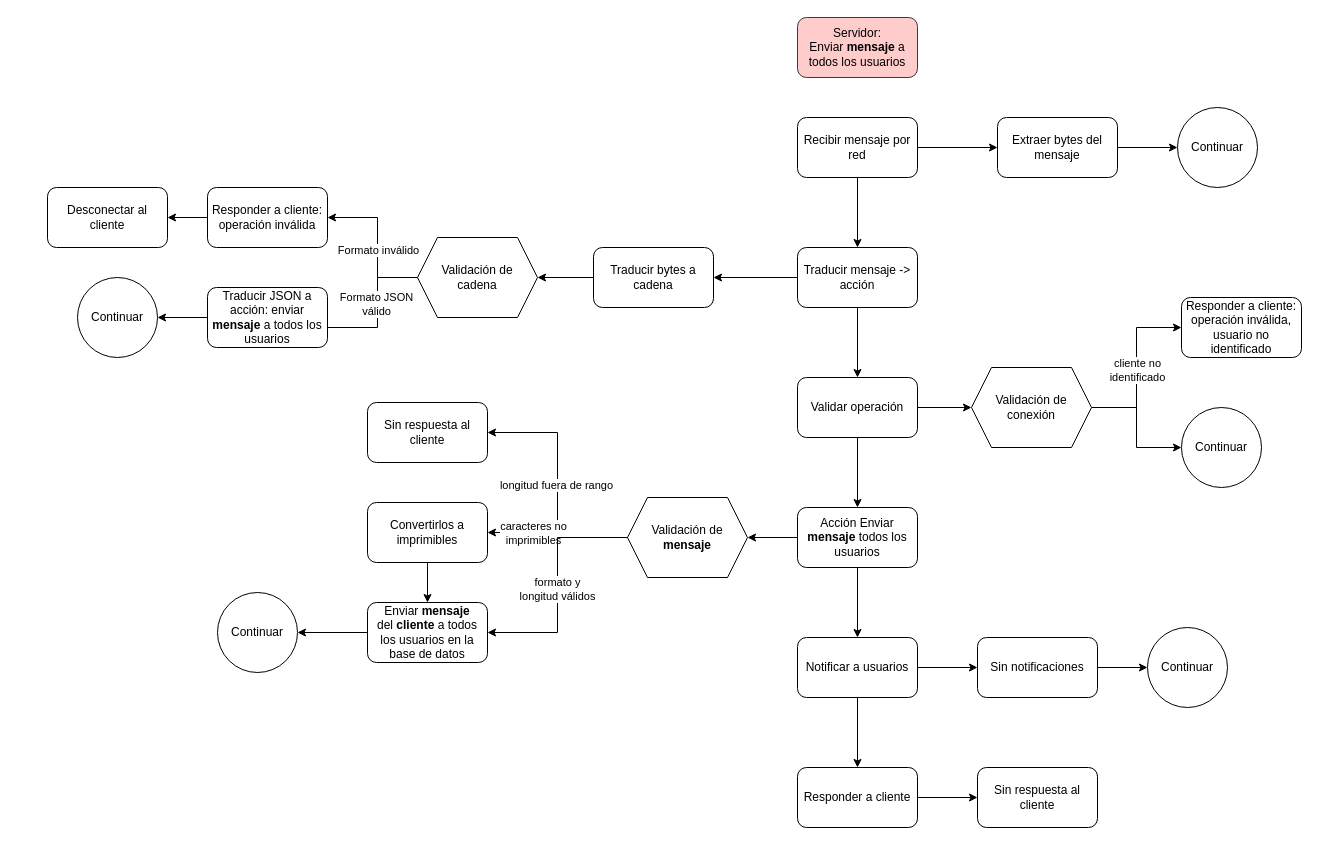
Brayiux/FC_MYP_Proyecto1 keeps this draw.io diagram as Docs/Analysis_Design/ServerFlow/sf_send_public_msg.drawio. Above is the earlier version. Source tidied: cells renumbered, new cells numbered last; positions are measured from the earlier drawing's top-left corner, leaving out a move shared by most shapes. Both pictures are drawn from the tidied source at 100%, with x=0, y=0 at pixel (47, 17).
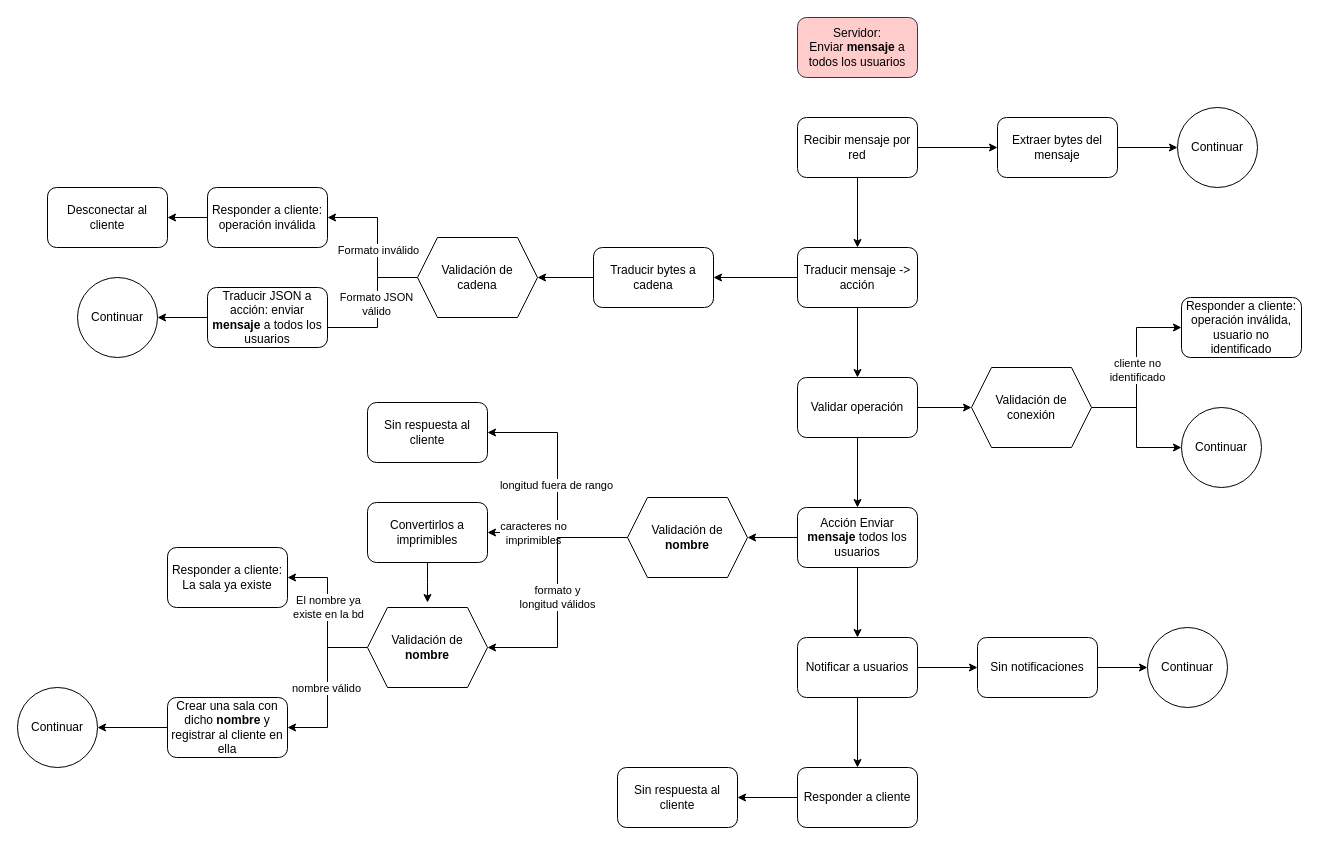
After the change.

Commit message (it also covers changes not shown here):
Añadir flujo de recibir mensaje para crear nueva sala en el server

The change refers to these unchanged cells:
```xml
<mxCell id="56" value="Convertirlos a imprimibles" style="rounded=1;whiteSpace=wrap;html=1;" parent="1" vertex="1">
  <mxGeometry x="320" y="485" width="120" height="60" as="geometry" />
</mxCell>
```

The edit, as a diff of the source:
```diff
@@
-    <mxCell id="32" style="edgeStyle=orthogonalEdgeStyle;rounded=0;jettySize=auto;html=1;entryX=1;entryY=0.5;entryDx=0;entryDy=0;" parent="1" edge="1" source="34" target="58">
+    <mxCell id="32" style="edgeStyle=orthogonalEdgeStyle;rounded=0;jettySize=auto;html=1;entryX=1;entryY=0.5;entryDx=0;entryDy=0;" parent="1" edge="1" source="34" target="65">
       <mxGeometry relative="1" as="geometry" />
     </mxCell>
@@
-    <mxCell id="34" value="Validación de&lt;div&gt;&lt;b&gt;mensaje&lt;/b&gt;&lt;/div&gt;" style="shape=hexagon;perimeter=hexagonPerimeter2;whiteSpace=wrap;html=1;fixedSize=1;" parent="1" vertex="1">
+    <mxCell id="34" value="Validación de&lt;div&gt;&lt;b&gt;nombre&lt;/b&gt;&lt;/div&gt;" style="shape=hexagon;perimeter=hexagonPerimeter2;whiteSpace=wrap;html=1;fixedSize=1;" parent="1" vertex="1">
       <mxGeometry x="580" y="480" width="120" height="80" as="geometry" />
     </mxCell>
@@
-    <mxCell id="39" value="Continuar" style="ellipse;whiteSpace=wrap;html=1;" parent="1" vertex="1">
-      <mxGeometry x="170" y="575" width="80" height="80" as="geometry" />
-    </mxCell>
@@
     <mxCell id="42" value="Sin respuesta al cliente" style="rounded=1;whiteSpace=wrap;html=1;" parent="1" vertex="1">
-      <mxGeometry x="930" y="750" width="120" height="60" as="geometry" />
+      <mxGeometry x="570" y="750" width="120" height="60" as="geometry" />
     </mxCell>
@@
-    <mxCell id="55" style="edgeStyle=orthogonalEdgeStyle;rounded=0;jettySize=auto;html=1;" parent="1" edge="1" source="56" target="58">
-      <mxGeometry relative="1" as="geometry" />
+    <mxCell id="55" style="edgeStyle=orthogonalEdgeStyle;rounded=0;jettySize=auto;html=1;" parent="1" edge="1" source="56">
+      <mxGeometry relative="1" as="geometry">
+        <mxPoint x="380" y="585" as="targetPoint" />
+      </mxGeometry>
     </mxCell>
@@
-    <mxCell id="57" style="edgeStyle=orthogonalEdgeStyle;rounded=0;jettySize=auto;html=1;" parent="1" edge="1" source="58" target="39">
-      <mxGeometry relative="1" as="geometry" />
-    </mxCell>
-    <mxCell id="58" value="Enviar &lt;b&gt;mensaje&lt;/b&gt;&lt;div&gt;del &lt;b&gt;cliente&lt;/b&gt;&amp;nbsp;a todos los usuarios en la base de datos&lt;/div&gt;" style="rounded=1;whiteSpace=wrap;html=1;" parent="1" vertex="1">
-      <mxGeometry x="320" y="585" width="120" height="60" as="geometry" />
-    </mxCell>
+    <mxCell id="39" value="Continuar" style="ellipse;whiteSpace=wrap;html=1;" parent="1" vertex="1">
+      <mxGeometry x="-30" y="670" width="80" height="80" as="geometry" />
+    </mxCell>
+    <mxCell id="59" style="edgeStyle=orthogonalEdgeStyle;rounded=0;jettySize=auto;html=1;" parent="1" edge="1" source="60" target="39">
+      <mxGeometry relative="1" as="geometry" />
+    </mxCell>
+    <mxCell id="60" value="Crear una sala con dicho &lt;b&gt;nombre&lt;/b&gt;&amp;nbsp;y registrar al cliente en ella" style="rounded=1;whiteSpace=wrap;html=1;" parent="1" vertex="1">
+      <mxGeometry x="120" y="680" width="120" height="60" as="geometry" />
+    </mxCell>
+    <mxCell id="61" style="edgeStyle=orthogonalEdgeStyle;rounded=0;jettySize=auto;html=1;entryX=1;entryY=0.5;entryDx=0;entryDy=0;" parent="1" edge="1" source="65" target="66">
+      <mxGeometry relative="1" as="geometry" />
+    </mxCell>
+    <mxCell id="62" value="El nombre ya&lt;div&gt;existe en la bd&lt;/div&gt;" style="edgeLabel;html=1;align=center;verticalAlign=middle;" parent="61" vertex="1">
+      <mxGeometry x="0.08" relative="1" as="geometry" />
+    </mxCell>
+    <mxCell id="63" style="edgeStyle=orthogonalEdgeStyle;rounded=0;jettySize=auto;html=1;entryX=1;entryY=0.5;entryDx=0;entryDy=0;" parent="1" edge="1" source="65" target="60">
+      <mxGeometry relative="1" as="geometry" />
+    </mxCell>
+    <mxCell id="64" value="nombre válido" style="edgeLabel;html=1;align=center;verticalAlign=middle;" parent="63" vertex="1">
+      <mxGeometry y="-2" relative="1" as="geometry" />
+    </mxCell>
+    <mxCell id="65" value="Validación de&lt;div&gt;&lt;b&gt;nombre&lt;/b&gt;&lt;/div&gt;" style="shape=hexagon;perimeter=hexagonPerimeter2;whiteSpace=wrap;html=1;fixedSize=1;" parent="1" vertex="1">
+      <mxGeometry x="320" y="590" width="120" height="80" as="geometry" />
+    </mxCell>
+    <mxCell id="66" value="Responder a cliente:&lt;div&gt;La sala ya existe&lt;/div&gt;" style="rounded=1;whiteSpace=wrap;html=1;" parent="1" vertex="1">
+      <mxGeometry x="120" y="530" width="120" height="60" as="geometry" />
+    </mxCell>
```
